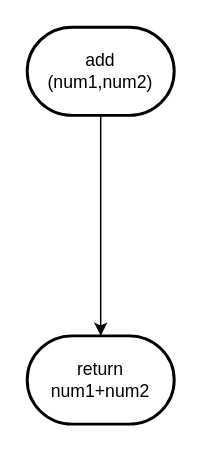
This is one.drawio from Minwatcharakorn/calculator, a draw.io file, before an edit. Source tidied: cells renumbered, new cells numbered last; positions are measured from the earlier drawing's top-left corner, leaving out a move shared by most shapes. Both pictures are drawn from the tidied source at 147%, with x=0, y=0 at pixel (26, 26).
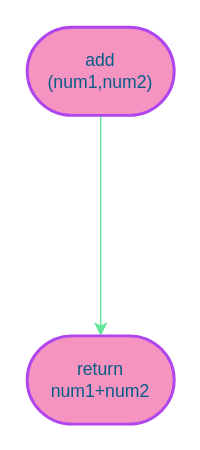
The same page after the edit.

The edit, as a diff of the source:
```diff
@@
 <mxGraphModel>
   <root>
     <mxCell id="0" />
     <mxCell id="1" parent="0" />
-    <mxCell id="2" style="edgeStyle=orthogonalEdgeStyle;rounded=0;jettySize=auto;html=1;entryX=0.5;entryY=0;entryDx=0;entryDy=0;entryPerimeter=0;" parent="1" edge="1" source="3" target="4">
+    <mxCell id="2" style="edgeStyle=orthogonalEdgeStyle;rounded=0;jettySize=auto;html=1;entryX=0.5;entryY=0;entryDx=0;entryDy=0;entryPerimeter=0;strokeColor=#60E696;fontColor=#095C86;" parent="1" edge="1" source="3" target="4">
       <mxGeometry relative="1" as="geometry" />
     </mxCell>
-    <mxCell id="3" value="add&lt;br&gt;(num1,num2)" style="strokeWidth=2;html=1;shape=mxgraph.flowchart.terminator;whiteSpace=wrap;" parent="1" vertex="1">
+    <mxCell id="3" value="add&lt;br&gt;(num1,num2)" style="strokeWidth=2;html=1;shape=mxgraph.flowchart.terminator;whiteSpace=wrap;fillColor=#F694C1;strokeColor=#AF45ED;fontColor=#095C86;" parent="1" vertex="1">
       <mxGeometry width="100" height="60" as="geometry" />
     </mxCell>
-    <mxCell id="4" value="return num1+num2" style="strokeWidth=2;html=1;shape=mxgraph.flowchart.terminator;whiteSpace=wrap;" parent="1" vertex="1">
+    <mxCell id="4" value="return num1+num2" style="strokeWidth=2;html=1;shape=mxgraph.flowchart.terminator;whiteSpace=wrap;fillColor=#F694C1;strokeColor=#AF45ED;fontColor=#095C86;" parent="1" vertex="1">
       <mxGeometry y="210" width="100" height="60" as="geometry" />
     </mxCell>
   </root>
 </mxGraphModel>
```
